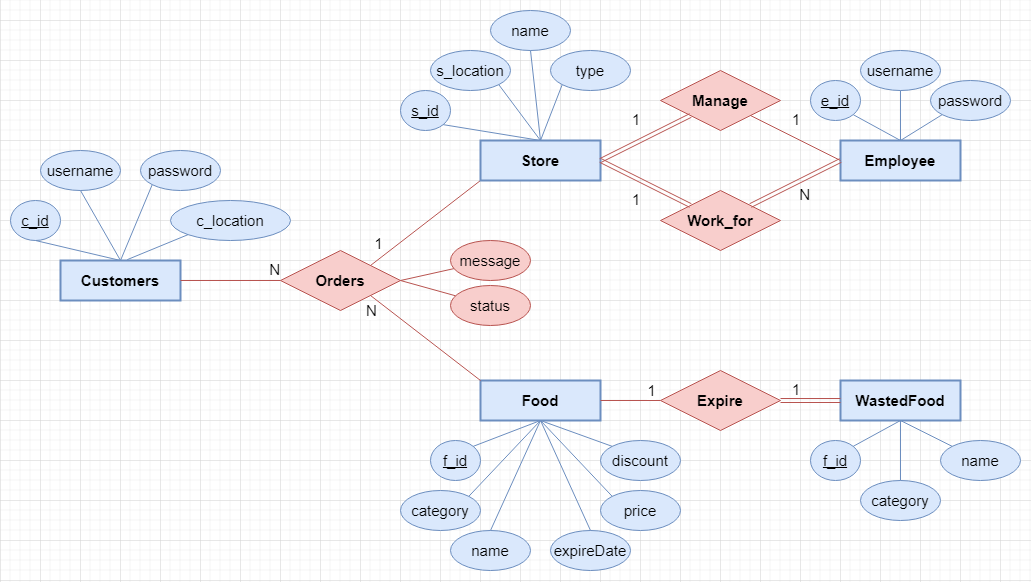
The draw.io diagram images/EFRS_ERmodel.drawio.png in BebeShen/NCKU_Course_DBMS-Final, before a commit. Source tidied: cells renumbered, new cells last; positions are measured from the earlier drawing's top-left corner, leaving out a move shared by most shapes.
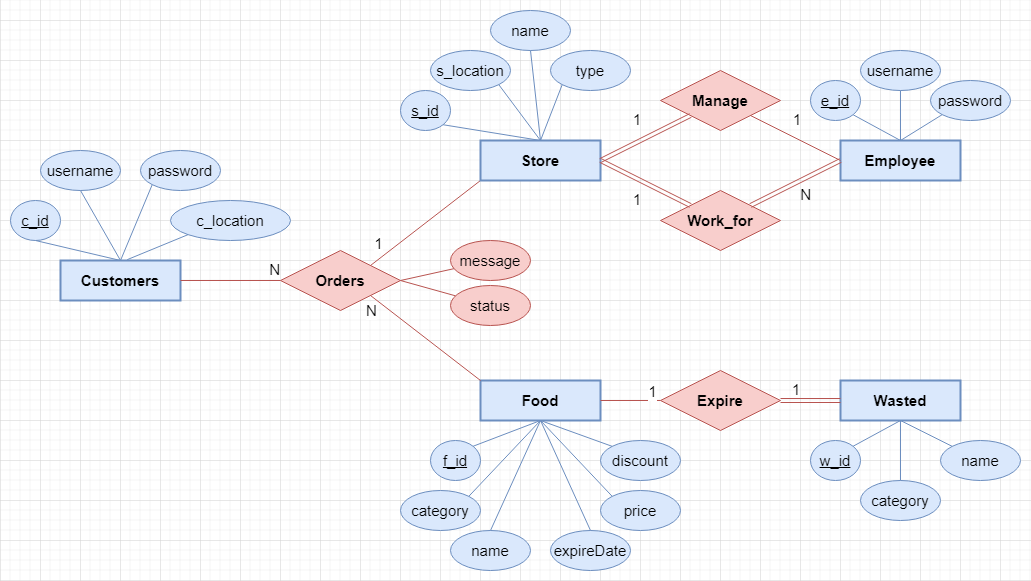
Later version of the same file.

What changed in the source:
```diff
@@ -190,7 +190,7 @@
     <mxCell id="59" style="endArrow=none;html=1;rounded=0;fontSize=15;entryX=1;entryY=0.5;entryDx=0;entryDy=0;fillColor=#f8cecc;strokeColor=#b85450;" parent="1" edge="1" source="58" target="11">
       <mxGeometry relative="1" as="geometry" />
     </mxCell>
-    <mxCell id="60" value="WastedFood" style="whiteSpace=wrap;html=1;align=center;fontSize=15;fontStyle=1;fillColor=#dae8fc;strokeColor=#6c8ebf;strokeWidth=2;" parent="1" vertex="1">
+    <mxCell id="60" value="Wasted" style="whiteSpace=wrap;html=1;align=center;fontSize=15;fontStyle=1;fillColor=#dae8fc;strokeColor=#6c8ebf;strokeWidth=2;" parent="1" vertex="1">
       <mxGeometry x="830" y="370" width="120" height="40" as="geometry" />
     </mxCell>
     <mxCell id="61" value="discount" style="ellipse;whiteSpace=wrap;html=1;align=center;rounded=1;fontSize=15;fillColor=#dae8fc;strokeColor=#6c8ebf;" parent="1" vertex="1">
@@ -218,7 +218,7 @@
         <mxPoint x="-40" as="offset" />
       </mxGeometry>
     </mxCell>
-    <mxCell id="68" value="f_id" style="ellipse;whiteSpace=wrap;html=1;align=center;fontStyle=4;rounded=1;fontSize=15;fillColor=#dae8fc;strokeColor=#6c8ebf;" parent="1" vertex="1">
+    <mxCell id="68" value="w_id" style="ellipse;whiteSpace=wrap;html=1;align=center;fontStyle=4;rounded=1;fontSize=15;fillColor=#dae8fc;strokeColor=#6c8ebf;" parent="1" vertex="1">
       <mxGeometry x="800" y="430" width="50" height="40" as="geometry" />
     </mxCell>
     <mxCell id="69" style="endArrow=none;html=1;rounded=0;fontSize=15;entryX=1;entryY=0;entryDx=0;entryDy=0;exitX=0.5;exitY=1;exitDx=0;exitDy=0;fillColor=#dae8fc;strokeColor=#6c8ebf;" parent="1" edge="1" source="60" target="68">
```
